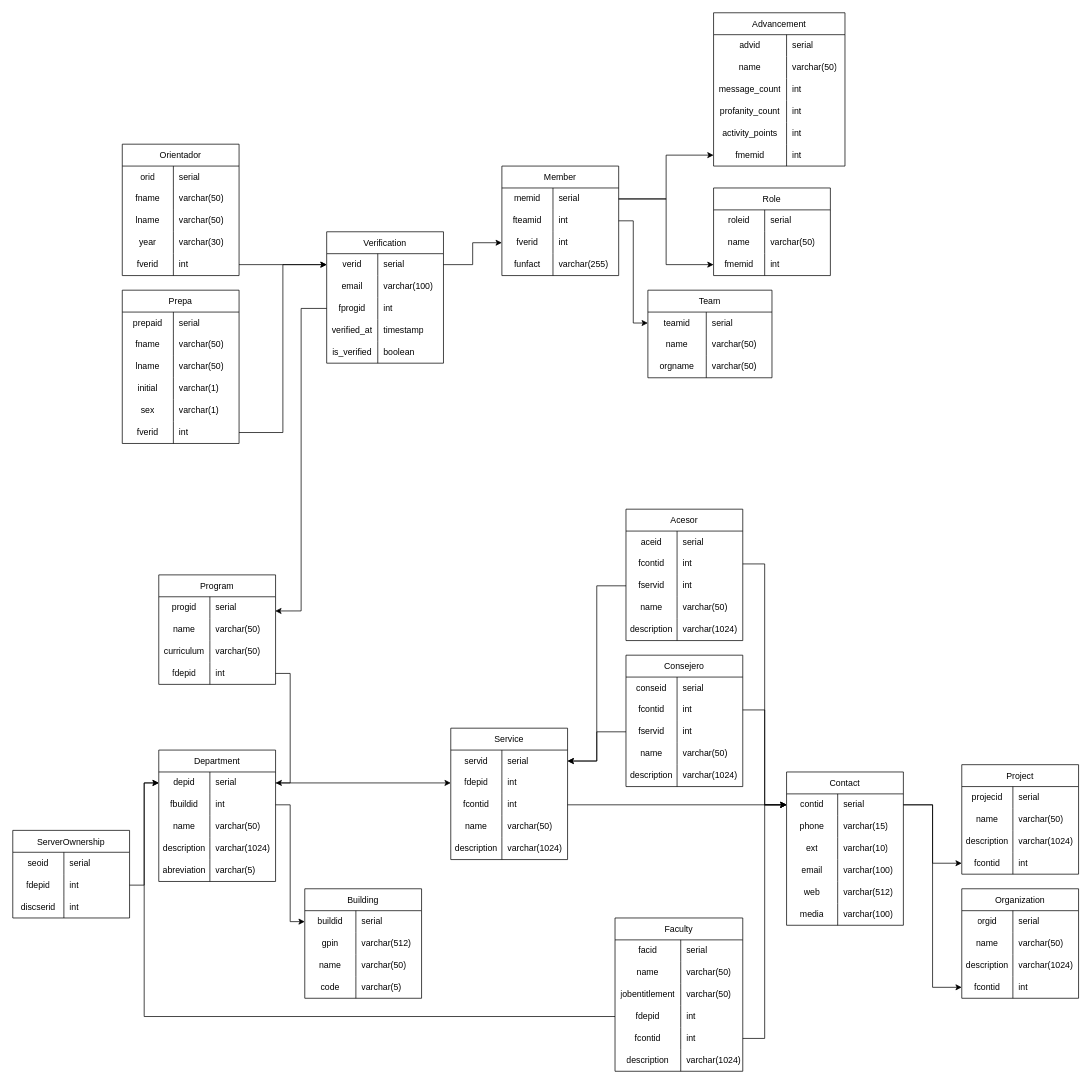
The draw.io diagram schema/Untitled Diagram.drawio in AlfredoSoto1/BotOrientador, before the edit. Source tidied: cells renumbered, new cells numbered last; positions are measured from the earlier drawing's top-left corner, leaving out a move shared by most shapes. Both pictures are drawn from the tidied source at 73%, with x=0, y=0 at pixel (12, 12).
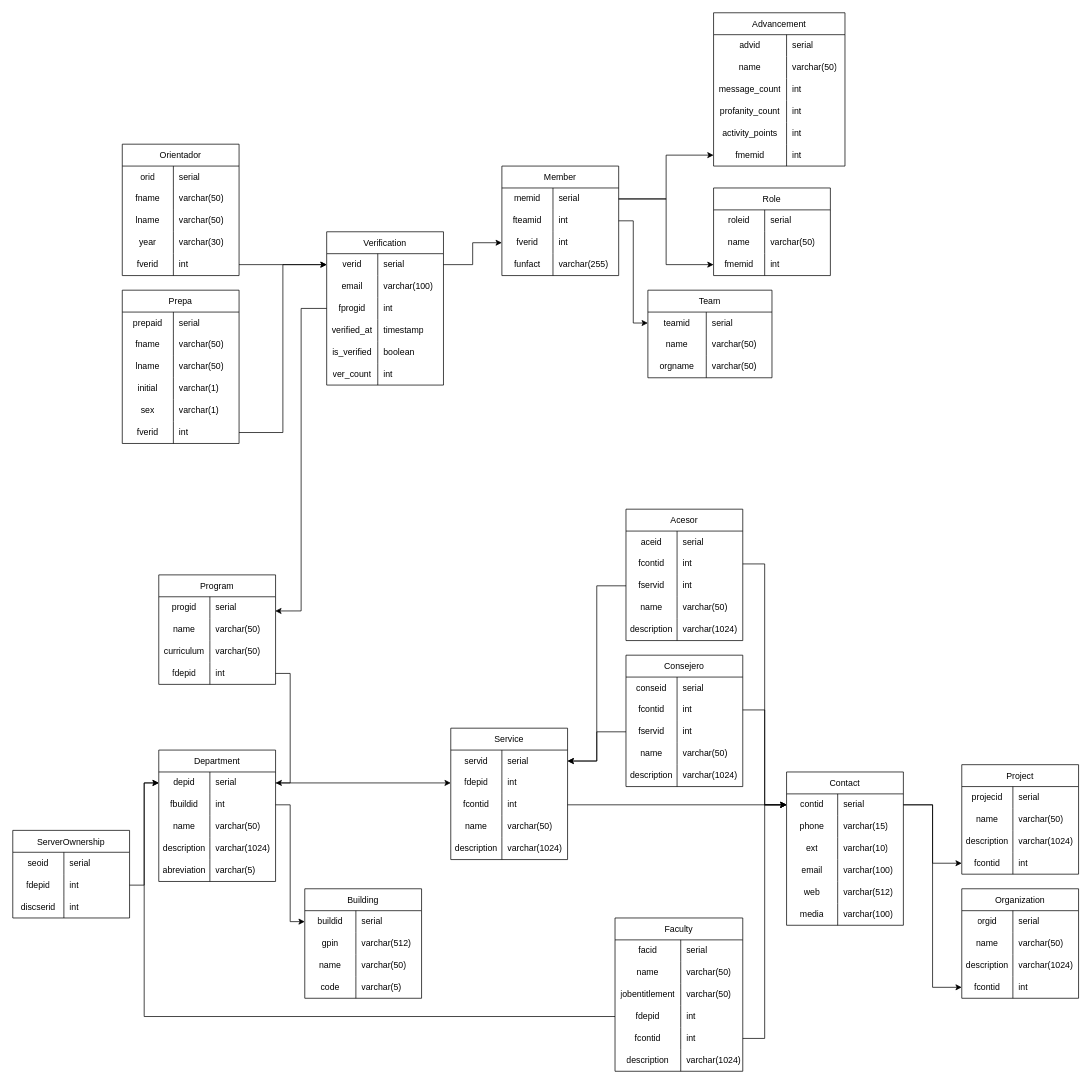
The same page after the edit.

Change to the diagram source:
```diff
@@
     <mxCell id="2" value="Verification" style="shape=table;startSize=30;childLayout=tableLayout;rowLines=0;fontStyle=0;strokeColor=default;fontSize=12;" parent="1" vertex="1">
-      <mxGeometry x="430" y="300" width="160" height="180" as="geometry" />
+      <mxGeometry x="430" y="300" width="160" height="210" as="geometry" />
     </mxCell>
@@
+    <mxCell id="290" style="shape=tableRow;horizontal=0;startSize=0;swimlaneHead=0;swimlaneBody=0;top=0;left=0;bottom=0;right=0;fillColor=none;strokeColor=inherit;fontSize=12;" parent="2" vertex="1">
+      <mxGeometry y="180" width="160" height="30" as="geometry" />
+    </mxCell>
+    <mxCell id="291" value="ver_count" style="shape=partialRectangle;html=1;whiteSpace=wrap;fillColor=none;top=0;left=0;bottom=0;right=0;overflow=hidden;strokeColor=inherit;fontSize=12;" parent="290" vertex="1">
+      <mxGeometry width="70" height="30" as="geometry" />
+    </mxCell>
+    <mxCell id="292" value="int" style="shape=partialRectangle;html=1;whiteSpace=wrap;fillColor=none;top=0;left=0;bottom=0;right=0;align=left;spacingLeft=6;overflow=hidden;strokeColor=inherit;fontSize=12;" parent="290" vertex="1">
+      <mxGeometry x="70" width="90" height="30" as="geometry" />
+    </mxCell>
```
